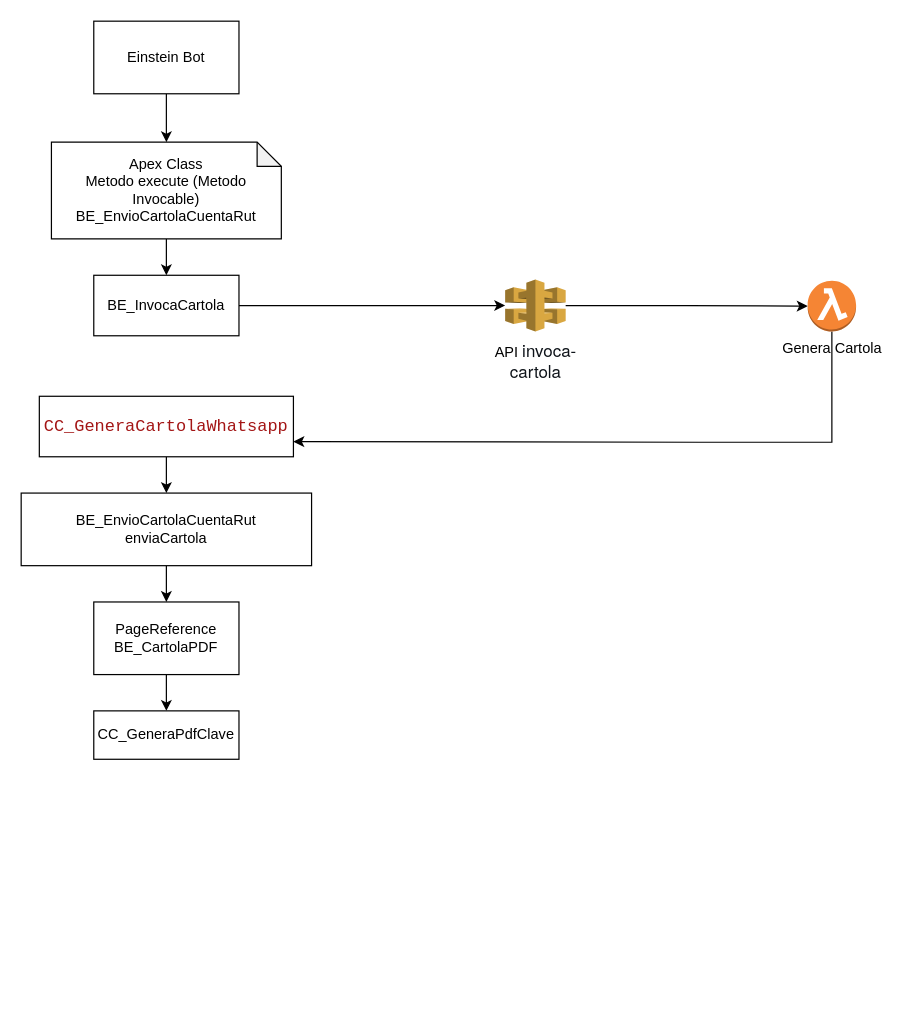
The draw.io diagram Modelo Cartola.drawio in nonate/personalProject, before the edit. Source tidied: cells renumbered, new cells numbered last; positions are measured from the earlier drawing's top-left corner, leaving out a move shared by most shapes. Both pictures are drawn from the tidied source at 121%, with x=0, y=0 at pixel (21, 21).
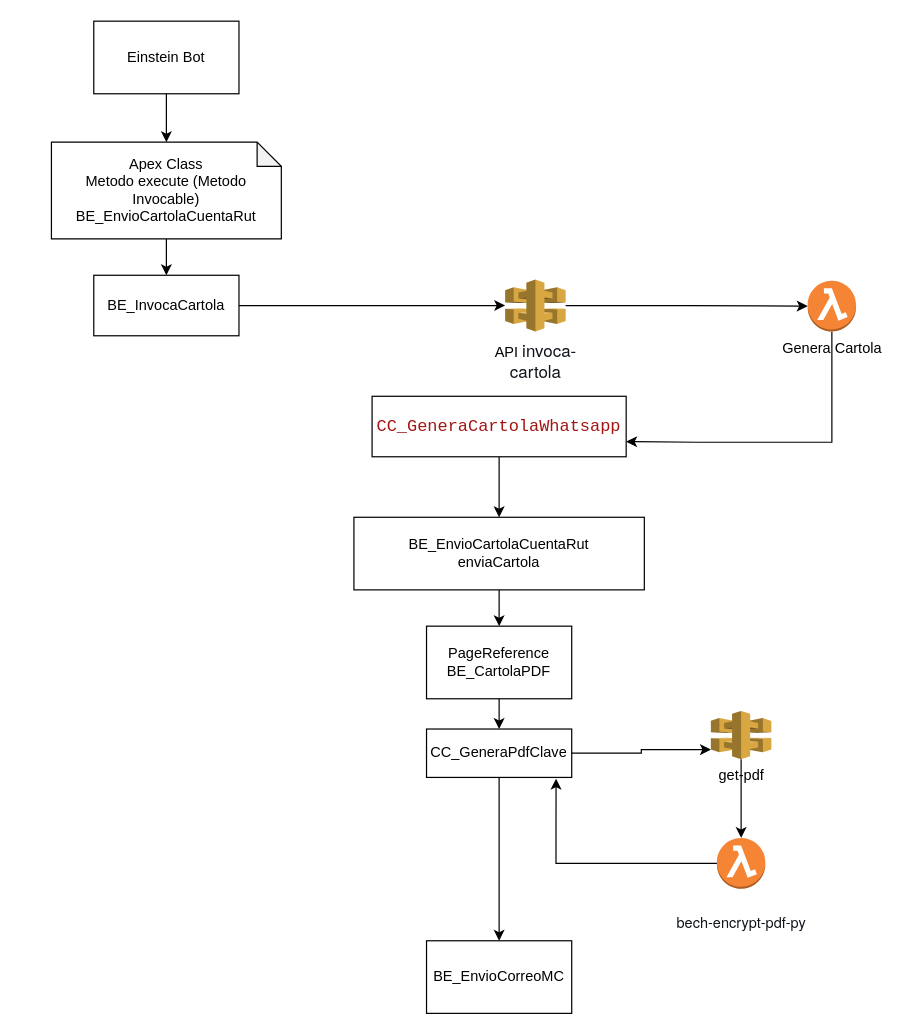
The same diagram, later.

Diff of the diagram source:
```diff
@@
-    <mxCell id="12" style="edgeStyle=orthogonalEdgeStyle;rounded=0;jettySize=auto;html=1;" parent="1" edge="1" source="13" target="15">
+    <mxCell id="12" style="edgeStyle=orthogonalEdgeStyle;rounded=0;jettySize=auto;html=1;entryX=0.5;entryY=0;entryDx=0;entryDy=0;exitX=0.5;exitY=1;exitDx=0;exitDy=0;" parent="1" edge="1" source="13" target="15">
       <mxGeometry relative="1" as="geometry" />
     </mxCell>
     <mxCell id="13" value="&lt;div style=&quot;color: rgb(59, 59, 59); background-color: rgb(255, 255, 255); font-family: Consolas, &amp;quot;Courier New&amp;quot;, monospace; font-size: 14px; line-height: 19px; white-space: pre;&quot;&gt;&lt;span style=&quot;color: #a31515;&quot;&gt;CC_GeneraCartolaWhatsapp&lt;/span&gt;&lt;/div&gt;" style="whiteSpace=wrap;html=1;" parent="1" vertex="1">
-      <mxGeometry x="15" y="310" width="210" height="50" as="geometry" />
+      <mxGeometry x="290" y="310" width="210" height="50" as="geometry" />
     </mxCell>
@@
     <mxCell id="15" value="BE_EnvioCartolaCuentaRut&lt;div&gt;enviaCartola&lt;/div&gt;" style="whiteSpace=wrap;html=1;" parent="1" vertex="1">
-      <mxGeometry y="390" width="240" height="60" as="geometry" />
+      <mxGeometry x="275" y="410" width="240" height="60" as="geometry" />
     </mxCell>
@@
     <mxCell id="17" value="Pa&lt;span style=&quot;background-color: transparent; color: light-dark(rgb(0, 0, 0), rgb(255, 255, 255));&quot;&gt;geReference BE_CartolaPDF&lt;/span&gt;" style="whiteSpace=wrap;html=1;" parent="1" vertex="1">
-      <mxGeometry x="60" y="480" width="120" height="60" as="geometry" />
+      <mxGeometry x="335" y="500" width="120" height="60" as="geometry" />
     </mxCell>
+    <mxCell id="19" style="edgeStyle=orthogonalEdgeStyle;rounded=0;jettySize=auto;html=1;" parent="1" edge="1" source="18">
+      <mxGeometry relative="1" as="geometry">
+        <mxPoint x="395" y="760" as="targetPoint" />
+      </mxGeometry>
+    </mxCell>
     <mxCell id="18" value="CC_GeneraPdfClave" style="whiteSpace=wrap;html=1;" parent="1" vertex="1">
-      <mxGeometry x="60" y="570" width="120" height="40" as="geometry" />
+      <mxGeometry x="335" y="585" width="120" height="40" as="geometry" />
     </mxCell>
+    <mxCell id="20" value="&#10;&lt;span style=&quot;color: rgb(15, 20, 26); font-family: &amp;quot;Amazon Ember&amp;quot;, &amp;quot;Helvetica Neue&amp;quot;, Roboto, Arial, sans-serif; font-size: 12px; font-style: normal; font-variant-ligatures: normal; font-variant-caps: normal; font-weight: 400; letter-spacing: normal; orphans: 2; text-align: start; text-indent: 0px; text-transform: none; widows: 2; word-spacing: 0px; -webkit-text-stroke-width: 0px; white-space: nowrap; background-color: rgb(255, 255, 255); text-decoration-thickness: initial; text-decoration-style: initial; text-decoration-color: initial; display: inline !important; float: none;&quot;&gt;bech-encrypt-pdf-py&lt;/span&gt;&#10;&#10;" style="outlineConnect=0;dashed=0;verticalLabelPosition=bottom;verticalAlign=top;align=center;html=1;shape=mxgraph.aws3.lambda_function;fillColor=#F58534;gradientColor=none;" parent="1" vertex="1">
+      <mxGeometry x="575" y="675" width="40" height="42" as="geometry" />
+    </mxCell>
+    <mxCell id="21" value="get-pdf" style="outlineConnect=0;dashed=0;verticalLabelPosition=bottom;verticalAlign=top;align=center;html=1;shape=mxgraph.aws3.api_gateway;fillColor=#D9A741;gradientColor=none;" parent="1" vertex="1">
+      <mxGeometry x="570" y="570" width="50" height="40" as="geometry" />
+    </mxCell>
+    <mxCell id="22" style="edgeStyle=orthogonalEdgeStyle;rounded=0;jettySize=auto;html=1;entryX=0;entryY=0.8;entryDx=0;entryDy=0;entryPerimeter=0;" parent="1" edge="1" source="18" target="21">
+      <mxGeometry relative="1" as="geometry" />
+    </mxCell>
+    <mxCell id="23" style="edgeStyle=orthogonalEdgeStyle;rounded=0;jettySize=auto;html=1;entryX=0.5;entryY=0;entryDx=0;entryDy=0;entryPerimeter=0;" parent="1" edge="1" source="21" target="20">
+      <mxGeometry relative="1" as="geometry" />
+    </mxCell>
+    <mxCell id="24" style="edgeStyle=orthogonalEdgeStyle;rounded=0;jettySize=auto;html=1;entryX=0.892;entryY=1.025;entryDx=0;entryDy=0;entryPerimeter=0;" parent="1" edge="1" source="20" target="18">
+      <mxGeometry relative="1" as="geometry" />
+    </mxCell>
+    <mxCell id="25" value="BE_EnvioCorreoMC" style="whiteSpace=wrap;html=1;" parent="1" vertex="1">
+      <mxGeometry x="335" y="760" width="120" height="60" as="geometry" />
+    </mxCell>
```
